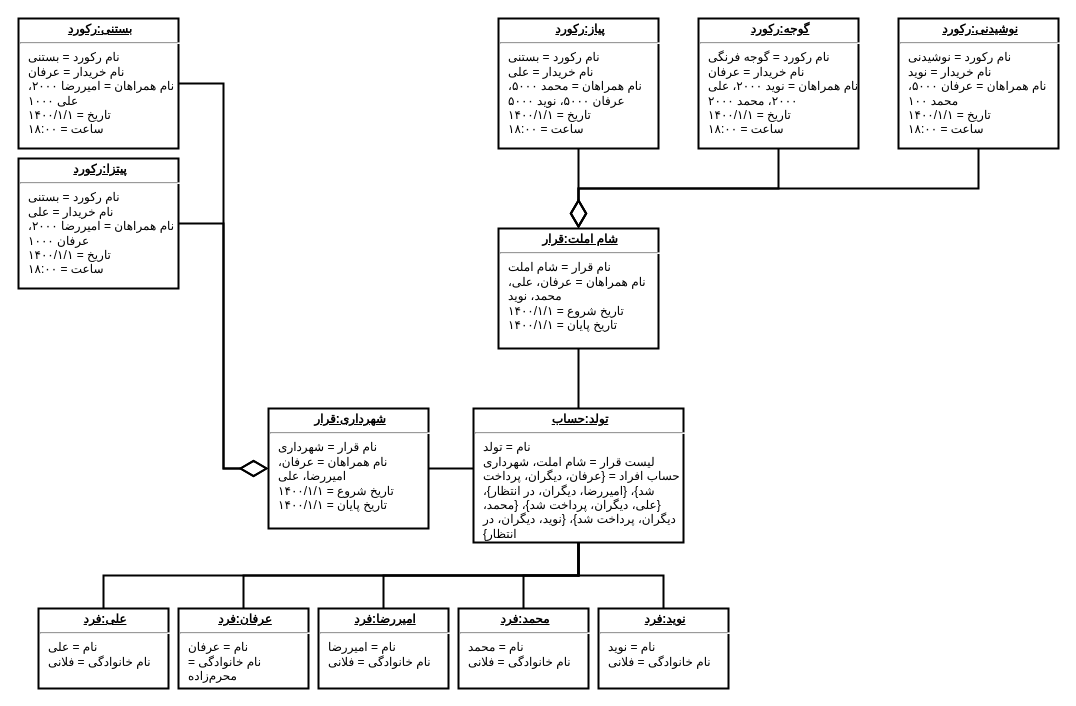
Earlier version of the draw.io diagram page "Object" (2 of 14) of UML.drawio (moharamzadeh/lets-go-dutch). Source tidied: cells renumbered, new cells numbered last; positions are measured from the earlier drawing's top-left corner, leaving out a move shared by most shapes. Both pictures are drawn from the tidied source at 100%, with x=0, y=0 at pixel (18, 18).
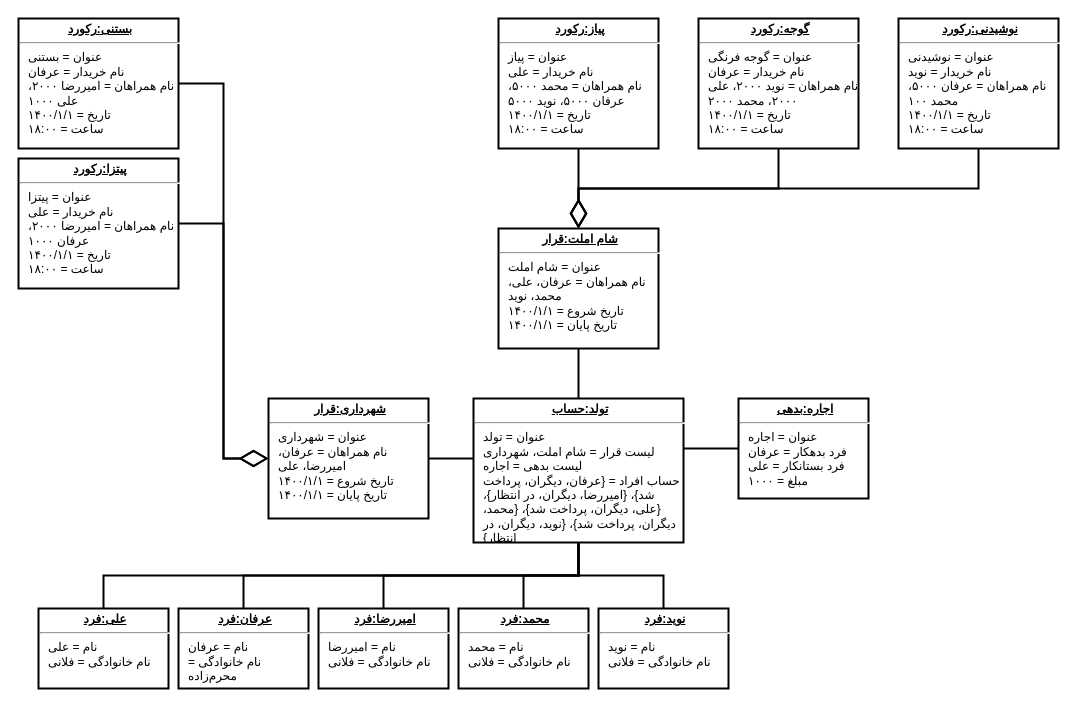
Above is the later version.

The edit, as a diff of the source:
```diff
@@
-    <mxCell id="2" value="&lt;p style=&quot;margin:0px;margin-top:4px;text-align:center;text-decoration:underline;&quot;&gt;&lt;b&gt;شهرداری:قرار&lt;/b&gt;&lt;/p&gt;&lt;hr&gt;&lt;p style=&quot;margin: 0px 0px 0px 8px;&quot;&gt;نام قرار = شهرداری&lt;/p&gt;&lt;p style=&quot;margin: 0px 0px 0px 8px;&quot;&gt;نام همراهان = عرفان، امیررضا، علی&lt;/p&gt;&lt;p style=&quot;margin: 0px 0px 0px 8px;&quot;&gt;تاریخ شروع = ۱۴۰۰/۱/۱&lt;/p&gt;&lt;p style=&quot;margin: 0px 0px 0px 8px;&quot;&gt;تاریخ پایان = ۱۴۰۰/۱/۱&lt;/p&gt;" style="verticalAlign=top;align=left;overflow=fill;fontSize=12;fontFamily=Vazirmatn;html=1;textDirection=rtl;whiteSpace=wrap;strokeWidth=2;" parent="1" vertex="1">
-      <mxGeometry x="250" y="390" width="160" height="120" as="geometry" />
+    <mxCell id="2" value="&lt;p style=&quot;margin:0px;margin-top:4px;text-align:center;text-decoration:underline;&quot;&gt;&lt;b&gt;شهرداری:قرار&lt;/b&gt;&lt;/p&gt;&lt;hr&gt;&lt;p style=&quot;margin: 0px 0px 0px 8px;&quot;&gt;عنوان = شهرداری&lt;/p&gt;&lt;p style=&quot;margin: 0px 0px 0px 8px;&quot;&gt;نام همراهان = عرفان، امیررضا، علی&lt;/p&gt;&lt;p style=&quot;margin: 0px 0px 0px 8px;&quot;&gt;تاریخ شروع = ۱۴۰۰/۱/۱&lt;/p&gt;&lt;p style=&quot;margin: 0px 0px 0px 8px;&quot;&gt;تاریخ پایان = ۱۴۰۰/۱/۱&lt;/p&gt;" style="verticalAlign=top;align=left;overflow=fill;fontSize=12;fontFamily=Vazirmatn;html=1;textDirection=rtl;whiteSpace=wrap;strokeWidth=2;" parent="1" vertex="1">
+      <mxGeometry x="250" y="380" width="160" height="120" as="geometry" />
     </mxCell>
-    <mxCell id="3" value="&lt;p style=&quot;margin:0px;margin-top:4px;text-align:center;text-decoration:underline;&quot;&gt;&lt;b&gt;بستنی:رکورد&lt;/b&gt;&lt;/p&gt;&lt;hr&gt;&lt;p style=&quot;margin:0px;margin-left:8px;&quot;&gt;نام رکورد = بستنی&lt;/p&gt;&lt;p style=&quot;margin:0px;margin-left:8px;&quot;&gt;نام خریدار = عرفان&lt;/p&gt;&lt;p style=&quot;margin:0px;margin-left:8px;&quot;&gt;نام همراهان = امیررضا ۲۰۰۰، علی ۱۰۰۰&lt;/p&gt;&lt;p style=&quot;margin:0px;margin-left:8px;&quot;&gt;تاریخ = ۱۴۰۰/۱/۱&lt;/p&gt;&lt;p style=&quot;margin:0px;margin-left:8px;&quot;&gt;ساعت = ۱۸:۰۰&lt;/p&gt;" style="verticalAlign=top;align=left;overflow=fill;fontSize=12;fontFamily=Vazirmatn;html=1;textDirection=rtl;whiteSpace=wrap;strokeWidth=2;" parent="1" vertex="1">
+    <mxCell id="3" value="&lt;p style=&quot;margin:0px;margin-top:4px;text-align:center;text-decoration:underline;&quot;&gt;&lt;b&gt;بستنی:رکورد&lt;/b&gt;&lt;/p&gt;&lt;hr&gt;&lt;p style=&quot;margin:0px;margin-left:8px;&quot;&gt;عنوان = بستنی&lt;/p&gt;&lt;p style=&quot;margin:0px;margin-left:8px;&quot;&gt;نام خریدار = عرفان&lt;/p&gt;&lt;p style=&quot;margin:0px;margin-left:8px;&quot;&gt;نام همراهان = امیررضا ۲۰۰۰، علی ۱۰۰۰&lt;/p&gt;&lt;p style=&quot;margin:0px;margin-left:8px;&quot;&gt;تاریخ = ۱۴۰۰/۱/۱&lt;/p&gt;&lt;p style=&quot;margin:0px;margin-left:8px;&quot;&gt;ساعت = ۱۸:۰۰&lt;/p&gt;" style="verticalAlign=top;align=left;overflow=fill;fontSize=12;fontFamily=Vazirmatn;html=1;textDirection=rtl;whiteSpace=wrap;strokeWidth=2;" parent="1" vertex="1">
       <mxGeometry width="160" height="130" as="geometry" />
     </mxCell>
@@
-    <mxCell id="5" value="&lt;p style=&quot;margin:0px;margin-top:4px;text-align:center;text-decoration:underline;&quot;&gt;&lt;b&gt;پیتزا:رکورد&lt;/b&gt;&lt;/p&gt;&lt;hr&gt;&lt;p style=&quot;margin:0px;margin-left:8px;&quot;&gt;نام رکورد = بستنی&lt;/p&gt;&lt;p style=&quot;margin:0px;margin-left:8px;&quot;&gt;نام خریدار = علی&lt;/p&gt;&lt;p style=&quot;margin:0px;margin-left:8px;&quot;&gt;نام همراهان = امیررضا ۲۰۰۰، عرفان ۱۰۰۰&lt;/p&gt;&lt;p style=&quot;margin:0px;margin-left:8px;&quot;&gt;تاریخ = ۱۴۰۰/۱/۱&lt;/p&gt;&lt;p style=&quot;margin:0px;margin-left:8px;&quot;&gt;ساعت = ۱۸:۰۰&lt;/p&gt;" style="verticalAlign=top;align=left;overflow=fill;fontSize=12;fontFamily=Vazirmatn;html=1;textDirection=rtl;whiteSpace=wrap;strokeWidth=2;" parent="1" vertex="1">
+    <mxCell id="5" value="&lt;p style=&quot;margin:0px;margin-top:4px;text-align:center;text-decoration:underline;&quot;&gt;&lt;b&gt;پیتزا:رکورد&lt;/b&gt;&lt;/p&gt;&lt;hr&gt;&lt;p style=&quot;margin:0px;margin-left:8px;&quot;&gt;عنوان = پیتزا&lt;/p&gt;&lt;p style=&quot;margin:0px;margin-left:8px;&quot;&gt;نام خریدار = علی&lt;/p&gt;&lt;p style=&quot;margin:0px;margin-left:8px;&quot;&gt;نام همراهان = امیررضا ۲۰۰۰، عرفان ۱۰۰۰&lt;/p&gt;&lt;p style=&quot;margin:0px;margin-left:8px;&quot;&gt;تاریخ = ۱۴۰۰/۱/۱&lt;/p&gt;&lt;p style=&quot;margin:0px;margin-left:8px;&quot;&gt;ساعت = ۱۸:۰۰&lt;/p&gt;" style="verticalAlign=top;align=left;overflow=fill;fontSize=12;fontFamily=Vazirmatn;html=1;textDirection=rtl;whiteSpace=wrap;strokeWidth=2;" parent="1" vertex="1">
       <mxGeometry y="140" width="160" height="130" as="geometry" />
     </mxCell>
@@
-    <mxCell id="7" value="&lt;p style=&quot;margin:0px;margin-top:4px;text-align:center;text-decoration:underline;&quot;&gt;&lt;b&gt;شام املت:قرار&lt;/b&gt;&lt;/p&gt;&lt;hr&gt;&lt;p style=&quot;margin: 0px 0px 0px 8px;&quot;&gt;نام قرار = شام املت&lt;/p&gt;&lt;p style=&quot;margin: 0px 0px 0px 8px;&quot;&gt;نام همراهان = عرفان، علی، محمد، نوید&lt;/p&gt;&lt;p style=&quot;margin: 0px 0px 0px 8px;&quot;&gt;تاریخ شروع = ۱۴۰۰/۱/۱&lt;/p&gt;&lt;p style=&quot;margin: 0px 0px 0px 8px;&quot;&gt;تاریخ پایان = ۱۴۰۰/۱/۱&lt;/p&gt;" style="verticalAlign=top;align=left;overflow=fill;fontSize=12;fontFamily=Vazirmatn;html=1;textDirection=rtl;whiteSpace=wrap;strokeWidth=2;" parent="1" vertex="1">
+    <mxCell id="7" value="&lt;p style=&quot;margin:0px;margin-top:4px;text-align:center;text-decoration:underline;&quot;&gt;&lt;b&gt;شام املت:قرار&lt;/b&gt;&lt;/p&gt;&lt;hr&gt;&lt;p style=&quot;margin: 0px 0px 0px 8px;&quot;&gt;عنوان = شام املت&lt;/p&gt;&lt;p style=&quot;margin: 0px 0px 0px 8px;&quot;&gt;نام همراهان = عرفان، علی، محمد، نوید&lt;/p&gt;&lt;p style=&quot;margin: 0px 0px 0px 8px;&quot;&gt;تاریخ شروع = ۱۴۰۰/۱/۱&lt;/p&gt;&lt;p style=&quot;margin: 0px 0px 0px 8px;&quot;&gt;تاریخ پایان = ۱۴۰۰/۱/۱&lt;/p&gt;" style="verticalAlign=top;align=left;overflow=fill;fontSize=12;fontFamily=Vazirmatn;html=1;textDirection=rtl;whiteSpace=wrap;strokeWidth=2;" parent="1" vertex="1">
       <mxGeometry x="480" y="210" width="160" height="120" as="geometry" />
     </mxCell>
-    <mxCell id="8" value="&lt;p style=&quot;margin:0px;margin-top:4px;text-align:center;text-decoration:underline;&quot;&gt;&lt;b&gt;گوجه:رکورد&lt;/b&gt;&lt;/p&gt;&lt;hr&gt;&lt;p style=&quot;margin:0px;margin-left:8px;&quot;&gt;نام رکورد = گوجه فرنگی&lt;/p&gt;&lt;p style=&quot;margin:0px;margin-left:8px;&quot;&gt;نام خریدار = عرفان&lt;/p&gt;&lt;p style=&quot;margin:0px;margin-left:8px;&quot;&gt;نام همراهان = نوید ۲۰۰۰، علی ۲۰۰۰، محمد ۲۰۰۰&lt;/p&gt;&lt;p style=&quot;margin:0px;margin-left:8px;&quot;&gt;تاریخ = ۱۴۰۰/۱/۱&lt;/p&gt;&lt;p style=&quot;margin:0px;margin-left:8px;&quot;&gt;ساعت = ۱۸:۰۰&lt;/p&gt;" style="verticalAlign=top;align=left;overflow=fill;fontSize=12;fontFamily=Vazirmatn;html=1;textDirection=rtl;whiteSpace=wrap;strokeWidth=2;" parent="1" vertex="1">
+    <mxCell id="8" value="&lt;p style=&quot;margin:0px;margin-top:4px;text-align:center;text-decoration:underline;&quot;&gt;&lt;b&gt;گوجه:رکورد&lt;/b&gt;&lt;/p&gt;&lt;hr&gt;&lt;p style=&quot;margin:0px;margin-left:8px;&quot;&gt;عنوان = گوجه فرنگی&lt;/p&gt;&lt;p style=&quot;margin:0px;margin-left:8px;&quot;&gt;نام خریدار = عرفان&lt;/p&gt;&lt;p style=&quot;margin:0px;margin-left:8px;&quot;&gt;نام همراهان = نوید ۲۰۰۰، علی ۲۰۰۰، محمد ۲۰۰۰&lt;/p&gt;&lt;p style=&quot;margin:0px;margin-left:8px;&quot;&gt;تاریخ = ۱۴۰۰/۱/۱&lt;/p&gt;&lt;p style=&quot;margin:0px;margin-left:8px;&quot;&gt;ساعت = ۱۸:۰۰&lt;/p&gt;" style="verticalAlign=top;align=left;overflow=fill;fontSize=12;fontFamily=Vazirmatn;html=1;textDirection=rtl;whiteSpace=wrap;strokeWidth=2;" parent="1" vertex="1">
       <mxGeometry x="680" width="160" height="130" as="geometry" />
     </mxCell>
@@
-    <mxCell id="10" value="&lt;p style=&quot;margin:0px;margin-top:4px;text-align:center;text-decoration:underline;&quot;&gt;&lt;b&gt;پیاز:رکورد&lt;/b&gt;&lt;/p&gt;&lt;hr&gt;&lt;p style=&quot;margin:0px;margin-left:8px;&quot;&gt;نام رکورد = بستنی&lt;/p&gt;&lt;p style=&quot;margin:0px;margin-left:8px;&quot;&gt;نام خریدار = علی&lt;/p&gt;&lt;p style=&quot;margin:0px;margin-left:8px;&quot;&gt;نام همراهان = محمد ۵۰۰۰، عرفان ۵۰۰۰، نوید ۵۰۰۰&lt;/p&gt;&lt;p style=&quot;margin:0px;margin-left:8px;&quot;&gt;تاریخ = ۱۴۰۰/۱/۱&lt;/p&gt;&lt;p style=&quot;margin:0px;margin-left:8px;&quot;&gt;ساعت = ۱۸:۰۰&lt;/p&gt;" style="verticalAlign=top;align=left;overflow=fill;fontSize=12;fontFamily=Vazirmatn;html=1;textDirection=rtl;whiteSpace=wrap;strokeWidth=2;" parent="1" vertex="1">
+    <mxCell id="10" value="&lt;p style=&quot;margin:0px;margin-top:4px;text-align:center;text-decoration:underline;&quot;&gt;&lt;b&gt;پیاز:رکورد&lt;/b&gt;&lt;/p&gt;&lt;hr&gt;&lt;p style=&quot;margin:0px;margin-left:8px;&quot;&gt;عنوان = پیاز&lt;/p&gt;&lt;p style=&quot;margin:0px;margin-left:8px;&quot;&gt;نام خریدار = علی&lt;/p&gt;&lt;p style=&quot;margin:0px;margin-left:8px;&quot;&gt;نام همراهان = محمد ۵۰۰۰، عرفان ۵۰۰۰، نوید ۵۰۰۰&lt;/p&gt;&lt;p style=&quot;margin:0px;margin-left:8px;&quot;&gt;تاریخ = ۱۴۰۰/۱/۱&lt;/p&gt;&lt;p style=&quot;margin:0px;margin-left:8px;&quot;&gt;ساعت = ۱۸:۰۰&lt;/p&gt;" style="verticalAlign=top;align=left;overflow=fill;fontSize=12;fontFamily=Vazirmatn;html=1;textDirection=rtl;whiteSpace=wrap;strokeWidth=2;" parent="1" vertex="1">
       <mxGeometry x="480" width="160" height="130" as="geometry" />
     </mxCell>
@@
-    <mxCell id="12" value="&lt;p style=&quot;margin:0px;margin-top:4px;text-align:center;text-decoration:underline;&quot;&gt;&lt;b&gt;نوشیدنی:رکورد&lt;/b&gt;&lt;/p&gt;&lt;hr&gt;&lt;p style=&quot;margin:0px;margin-left:8px;&quot;&gt;نام رکورد = نوشیدنی&lt;/p&gt;&lt;p style=&quot;margin:0px;margin-left:8px;&quot;&gt;نام خریدار = نوید&lt;/p&gt;&lt;p style=&quot;margin:0px;margin-left:8px;&quot;&gt;نام همراهان = عرفان ۵۰۰۰، محمد ۱۰۰&lt;/p&gt;&lt;p style=&quot;margin:0px;margin-left:8px;&quot;&gt;تاریخ = ۱۴۰۰/۱/۱&lt;/p&gt;&lt;p style=&quot;margin:0px;margin-left:8px;&quot;&gt;ساعت = ۱۸:۰۰&lt;/p&gt;" style="verticalAlign=top;align=left;overflow=fill;fontSize=12;fontFamily=Vazirmatn;html=1;textDirection=rtl;whiteSpace=wrap;strokeWidth=2;" parent="1" vertex="1">
+    <mxCell id="12" value="&lt;p style=&quot;margin:0px;margin-top:4px;text-align:center;text-decoration:underline;&quot;&gt;&lt;b&gt;نوشیدنی:رکورد&lt;/b&gt;&lt;/p&gt;&lt;hr&gt;&lt;p style=&quot;margin:0px;margin-left:8px;&quot;&gt;عنوان = نوشیدنی&lt;/p&gt;&lt;p style=&quot;margin:0px;margin-left:8px;&quot;&gt;نام خریدار = نوید&lt;/p&gt;&lt;p style=&quot;margin:0px;margin-left:8px;&quot;&gt;نام همراهان = عرفان ۵۰۰۰، محمد ۱۰۰&lt;/p&gt;&lt;p style=&quot;margin:0px;margin-left:8px;&quot;&gt;تاریخ = ۱۴۰۰/۱/۱&lt;/p&gt;&lt;p style=&quot;margin:0px;margin-left:8px;&quot;&gt;ساعت = ۱۸:۰۰&lt;/p&gt;" style="verticalAlign=top;align=left;overflow=fill;fontSize=12;fontFamily=Vazirmatn;html=1;textDirection=rtl;whiteSpace=wrap;strokeWidth=2;" parent="1" vertex="1">
       <mxGeometry x="880" width="160" height="130" as="geometry" />
     </mxCell>
@@
-    <mxCell id="14" value="&lt;p style=&quot;margin:0px;margin-top:4px;text-align:center;text-decoration:underline;&quot;&gt;&lt;b&gt;تولد:حساب&lt;/b&gt;&lt;/p&gt;&lt;hr&gt;&lt;p style=&quot;margin: 0px 0px 0px 8px;&quot;&gt;نام = تولد&lt;/p&gt;&lt;p style=&quot;margin: 0px 0px 0px 8px;&quot;&gt;لیست قرار = شام املت، شهرداری&lt;/p&gt;&lt;p style=&quot;margin: 0px 0px 0px 8px;&quot;&gt;حساب افراد = {عرفان، دیگران، پرداخت شد}، {امیررضا، دیگران، در انتظار}، {علی، دیگران، پرداخت شد}، {محمد، دیگران، پرداخت شد}، {نوید، دیگران، در انتظار}&lt;/p&gt;" style="verticalAlign=top;align=left;overflow=fill;fontSize=12;fontFamily=Vazirmatn;html=1;textDirection=rtl;whiteSpace=wrap;strokeWidth=2;" parent="1" vertex="1">
-      <mxGeometry x="455" y="390" width="210" height="134" as="geometry" />
+    <mxCell id="14" value="&lt;p style=&quot;margin:0px;margin-top:4px;text-align:center;text-decoration:underline;&quot;&gt;&lt;b&gt;تولد:حساب&lt;/b&gt;&lt;/p&gt;&lt;hr&gt;&lt;p style=&quot;margin: 0px 0px 0px 8px;&quot;&gt;عنوان = تولد&lt;/p&gt;&lt;p style=&quot;margin: 0px 0px 0px 8px;&quot;&gt;لیست قرار = شام املت، شهرداری&lt;/p&gt;&lt;p style=&quot;margin: 0px 0px 0px 8px;&quot;&gt;لیست بدهی = اجاره&lt;/p&gt;&lt;p style=&quot;margin: 0px 0px 0px 8px;&quot;&gt;حساب افراد = {عرفان، دیگران، پرداخت شد}، {امیررضا، دیگران، در انتظار}، {علی، دیگران، پرداخت شد}، {محمد، دیگران، پرداخت شد}، {نوید، دیگران، در انتظار}&lt;/p&gt;" style="verticalAlign=top;align=left;overflow=fill;fontSize=12;fontFamily=Vazirmatn;html=1;textDirection=rtl;whiteSpace=wrap;strokeWidth=2;" parent="1" vertex="1">
+      <mxGeometry x="455" y="380" width="210" height="144" as="geometry" />
     </mxCell>
@@
+    <mxCell id="27" value="&lt;p style=&quot;margin:0px;margin-top:4px;text-align:center;text-decoration:underline;&quot;&gt;&lt;b&gt;اجاره:بدهی&lt;/b&gt;&lt;/p&gt;&lt;hr&gt;&lt;p style=&quot;margin:0px;margin-left:8px;&quot;&gt;عنوان = اجاره&lt;/p&gt;&lt;p style=&quot;margin:0px;margin-left:8px;&quot;&gt;فرد بدهکار = عرفان&lt;/p&gt;&lt;p style=&quot;margin:0px;margin-left:8px;&quot;&gt;فرد بستانکار = علی&lt;/p&gt;&lt;p style=&quot;margin:0px;margin-left:8px;&quot;&gt;مبلغ = ۱۰۰۰&lt;/p&gt;" style="verticalAlign=top;align=left;overflow=fill;fontSize=12;fontFamily=Vazirmatn;html=1;textDirection=rtl;whiteSpace=wrap;strokeWidth=2;" parent="1" vertex="1">
+      <mxGeometry x="720" y="380" width="130" height="100" as="geometry" />
+    </mxCell>
+    <mxCell id="28" style="endArrow=none;endFill=0;endSize=24;html=1;rounded=0;fontFamily=Vazirmatn;edgeStyle=elbowEdgeStyle;textDirection=rtl;strokeWidth=2;elbow=vertical;" parent="1" edge="1" source="14" target="27">
+      <mxGeometry relative="1" as="geometry" />
+    </mxCell>
```
